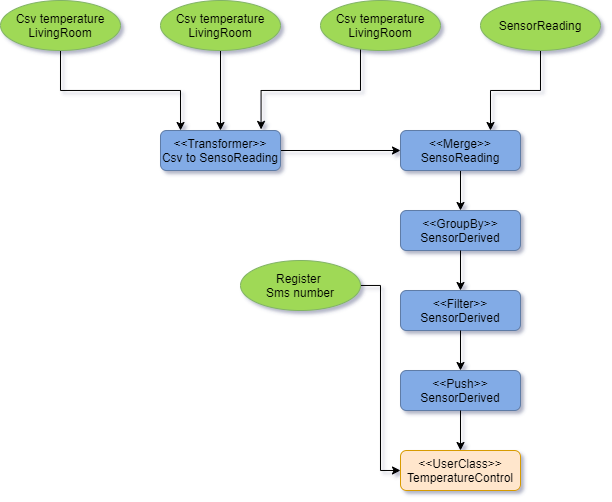
gregv12/fluxtion keeps this draw.io diagram as .gitbook/assets/quickstartoverview.png. Above is the earlier version. Source tidied: cells renumbered, new cells last; positions are measured from the earlier drawing's top-left corner, leaving out a move shared by most shapes.
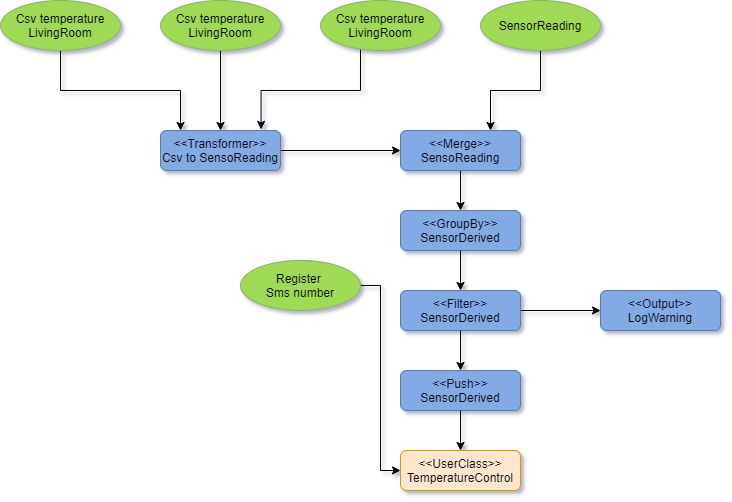
The same file after the commit.

Commit message:
GitBook: [master] no pages and one asset modified

Change to the diagram source:
```diff
@@ -51,9 +51,15 @@
     <mxCell id="14" value="&lt;span style=&quot;white-space: normal&quot;&gt;&amp;lt;&amp;lt;GroupBy&amp;gt;&amp;gt;&lt;br&gt;SensorDerived&lt;br&gt;&lt;/span&gt;" style="rounded=1;whiteSpace=wrap;html=1;fillColor=#82ABE6;strokeColor=#5E7BA6;fontFamily=Helvetica;" parent="1" vertex="1">
       <mxGeometry x="400" y="210" width="120" height="40" as="geometry" />
     </mxCell>
+    <mxCell id="23" style="edgeStyle=orthogonalEdgeStyle;rounded=0;jettySize=auto;html=1;fontFamily=Helvetica;" parent="1" edge="1" source="15" target="24">
+      <mxGeometry relative="1" as="geometry" />
+    </mxCell>
     <mxCell id="15" value="&lt;span style=&quot;white-space: normal&quot;&gt;&amp;lt;&amp;lt;Filter&amp;gt;&amp;gt;&lt;br&gt;SensorDerived&lt;br&gt;&lt;/span&gt;" style="rounded=1;whiteSpace=wrap;html=1;fillColor=#82ABE6;strokeColor=#5E7BA6;fontFamily=Helvetica;" parent="1" vertex="1">
       <mxGeometry x="400" y="290" width="120" height="40" as="geometry" />
     </mxCell>
+    <mxCell id="24" value="&lt;span style=&quot;white-space: normal&quot;&gt;&amp;lt;&amp;lt;Output&amp;gt;&amp;gt;&lt;br&gt;LogWarning&lt;br&gt;&lt;/span&gt;" style="rounded=1;whiteSpace=wrap;html=1;fillColor=#82ABE6;strokeColor=#5E7BA6;fontFamily=Helvetica;" parent="1" vertex="1">
+      <mxGeometry x="600" y="290" width="120" height="40" as="geometry" />
+    </mxCell>
     <mxCell id="16" style="edgeStyle=orthogonalEdgeStyle;rounded=0;jettySize=auto;html=1;entryX=0.5;entryY=0;entryDx=0;entryDy=0;fontFamily=Helvetica;" parent="1" edge="1" source="14" target="15">
       <mxGeometry relative="1" as="geometry" />
     </mxCell>
```
